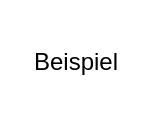
Earlier version of the draw.io diagram Untitled Diagram.drawio (placom/docs). Source tidied: cells renumbered, new cells numbered last; positions are measured from the earlier drawing's top-left corner, leaving out a move shared by most shapes. Both pictures are drawn from the tidied source at 200%, with x=0, y=0 at pixel (36, 42).
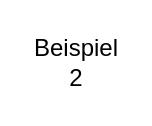
The same page after the edit.

What changed in the source:
```diff
@@
 <mxGraphModel>
   <root>
     <mxCell id="0" />
     <mxCell id="1" parent="0" />
-    <mxCell id="2" value="Beispiel" style="text;html=1;strokeColor=none;fillColor=none;align=center;verticalAlign=middle;whiteSpace=wrap;rounded=0;" parent="1" vertex="1">
+    <mxCell id="2" value="Beispiel 2" style="text;html=1;strokeColor=none;fillColor=none;align=center;verticalAlign=middle;whiteSpace=wrap;rounded=0;" parent="1" vertex="1">
       <mxGeometry width="40" height="20" as="geometry" />
     </mxCell>
   </root>
 </mxGraphModel>
```
